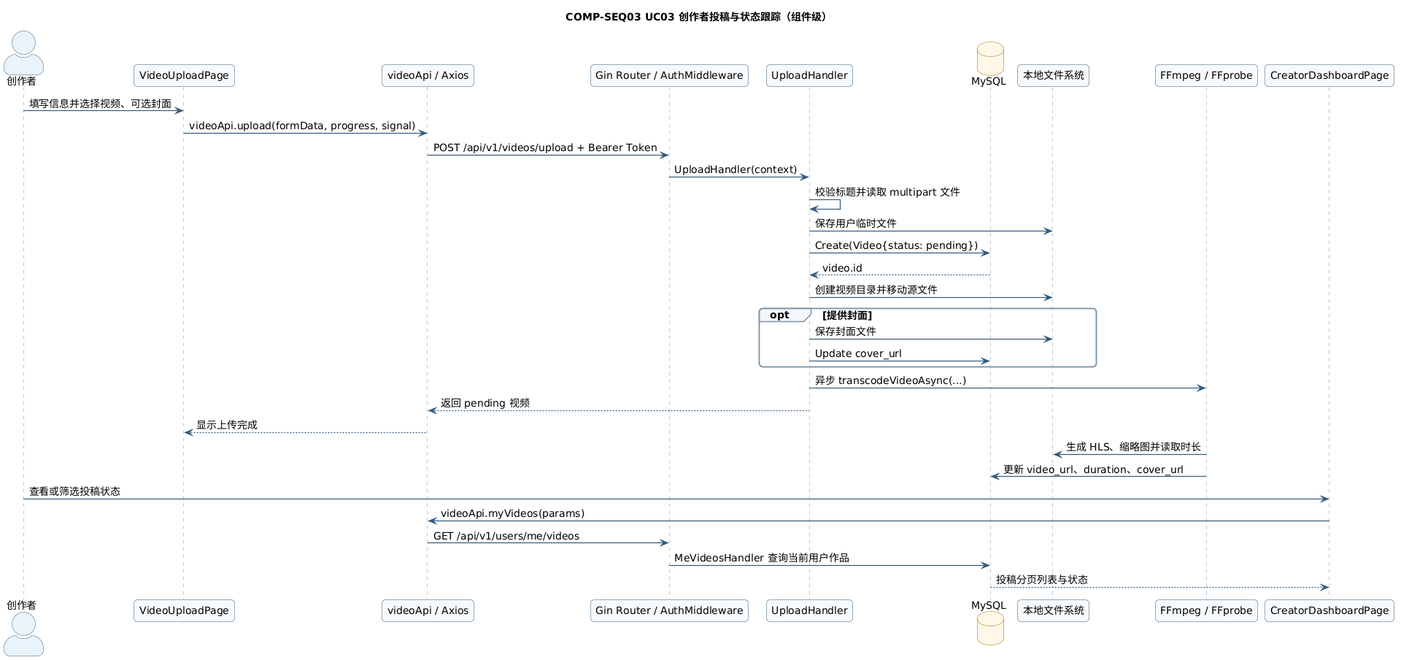
DanmakuStream-Team/DanmakuStream keeps this PlantUML diagram as docs/models/component/COMP-SEQ03.png. Above is the earlier version.
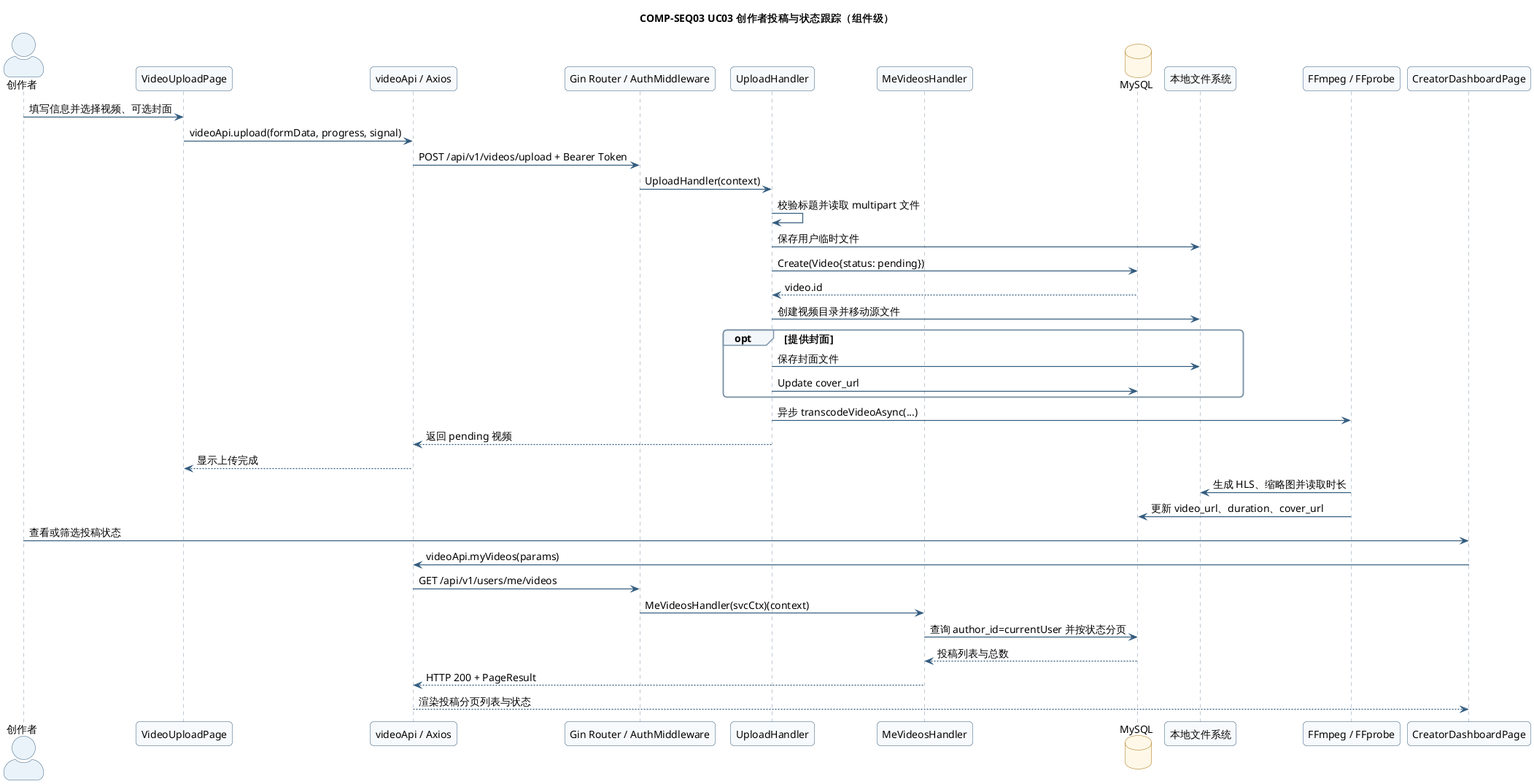
The same diagram one commit later.

The edit, as a diff of the source:
```diff
@@ -1,37 +1,5 @@
 @startuml COMP-SEQ03
-skinparam backgroundColor #FFFFFF
-skinparam defaultFontName SansSerif
-skinparam defaultFontSize 14
-skinparam shadowing false
-skinparam roundcorner 10
-skinparam ArrowColor #315A7D
-skinparam ArrowThickness 1.2
-skinparam packageStyle rectangle
-skinparam componentStyle rectangle
-skinparam actorStyle awesome
-skinparam classAttributeIconSize 0
-skinparam classBackgroundColor #F7FAFC
-skinparam classBorderColor #315A7D
-skinparam classFontColor #17324D
-skinparam componentBackgroundColor #F7FAFC
-skinparam componentBorderColor #315A7D
-skinparam componentFontColor #17324D
-skinparam nodeBackgroundColor #F7FAFC
-skinparam nodeBorderColor #315A7D
-skinparam databaseBackgroundColor #FFF8E8
-skinparam databaseBorderColor #A56B00
-skinparam sequenceActorBorderColor #315A7D
-skinparam sequenceActorBackgroundColor #EAF3FA
-skinparam sequenceParticipantBorderColor #315A7D
-skinparam sequenceParticipantBackgroundColor #F7FAFC
-skinparam sequenceLifeLineBorderColor #7C93A8
-skinparam sequenceGroupBorderColor #7C93A8
-skinparam sequenceGroupBackgroundColor #F3F7FA
-skinparam usecaseBackgroundColor #F7FAFC
-skinparam usecaseBorderColor #315A7D
-skinparam noteBackgroundColor #FFF8E8
-skinparam noteBorderColor #A56B00
-
+!include ../_theme.puml
 title COMP-SEQ03 UC03 创作者投稿与状态跟踪（组件级）
 
 actor "创作者" as Creator
@@ -39,6 +7,7 @@
 participant "videoApi / Axios" as Api
 participant "Gin Router / AuthMiddleware" as Router
 participant "UploadHandler" as Handler
+participant "MeVideosHandler" as MeVideos
 database "MySQL" as DB
 participant "本地文件系统" as FS
 participant "FFmpeg / FFprobe" as FFmpeg
@@ -66,6 +35,9 @@
 Creator -> Dashboard: 查看或筛选投稿状态
 Dashboard -> Api: videoApi.myVideos(params)
 Api -> Router: GET /api/v1/users/me/videos
-Router -> DB: MeVideosHandler 查询当前用户作品
-DB --> Dashboard: 投稿分页列表与状态
+Router -> MeVideos: MeVideosHandler(svcCtx)(context)
+MeVideos -> DB: 查询 author_id=currentUser 并按状态分页
+DB --> MeVideos: 投稿列表与总数
+MeVideos --> Api: HTTP 200 + PageResult
+Api --> Dashboard: 渲染投稿分页列表与状态
 @enduml
```
